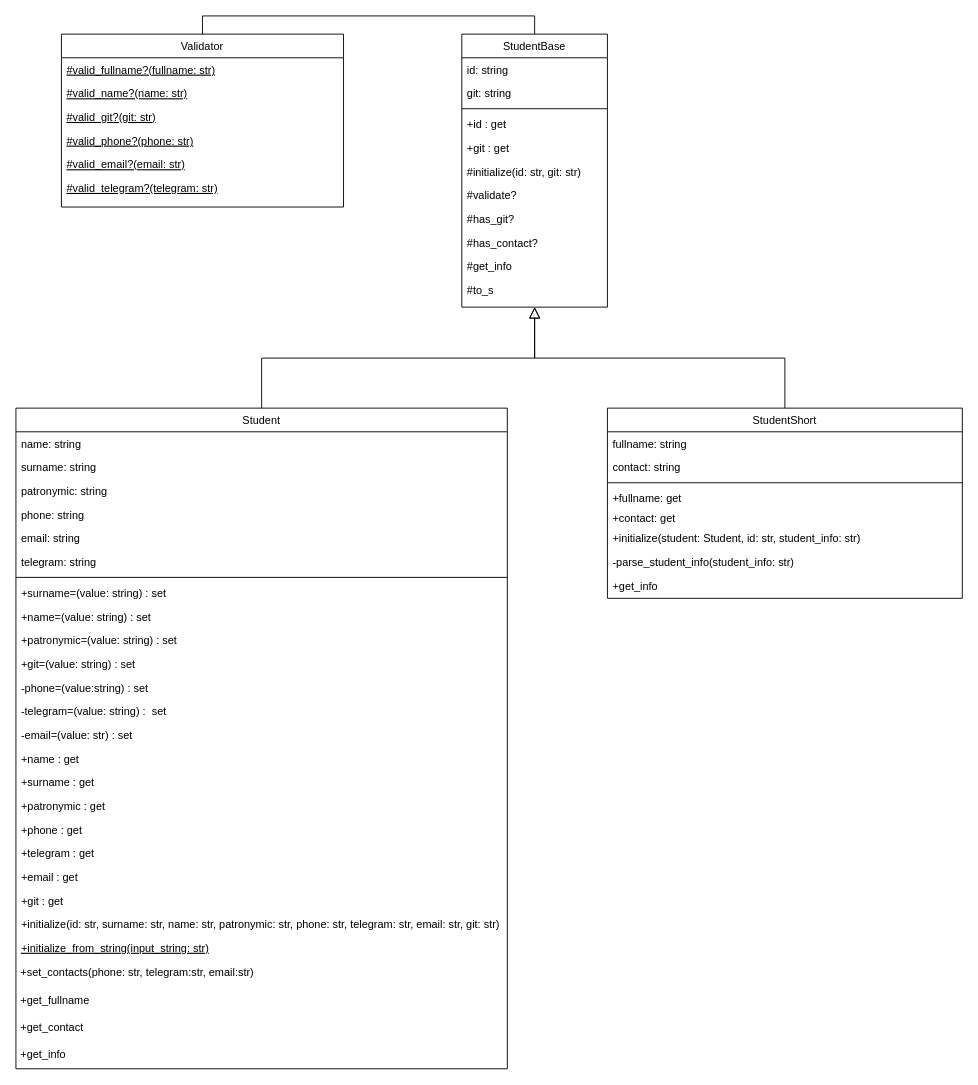
Before: students/diagrams/students.drawio in NoidHuma/programming_patterns, a draw.io diagram. Source tidied: cells renumbered, new cells numbered last; positions are measured from the earlier drawing's top-left corner, leaving out a move shared by most shapes. Both pictures are drawn from the tidied source at 91%, with x=0, y=0 at pixel (15, 34).
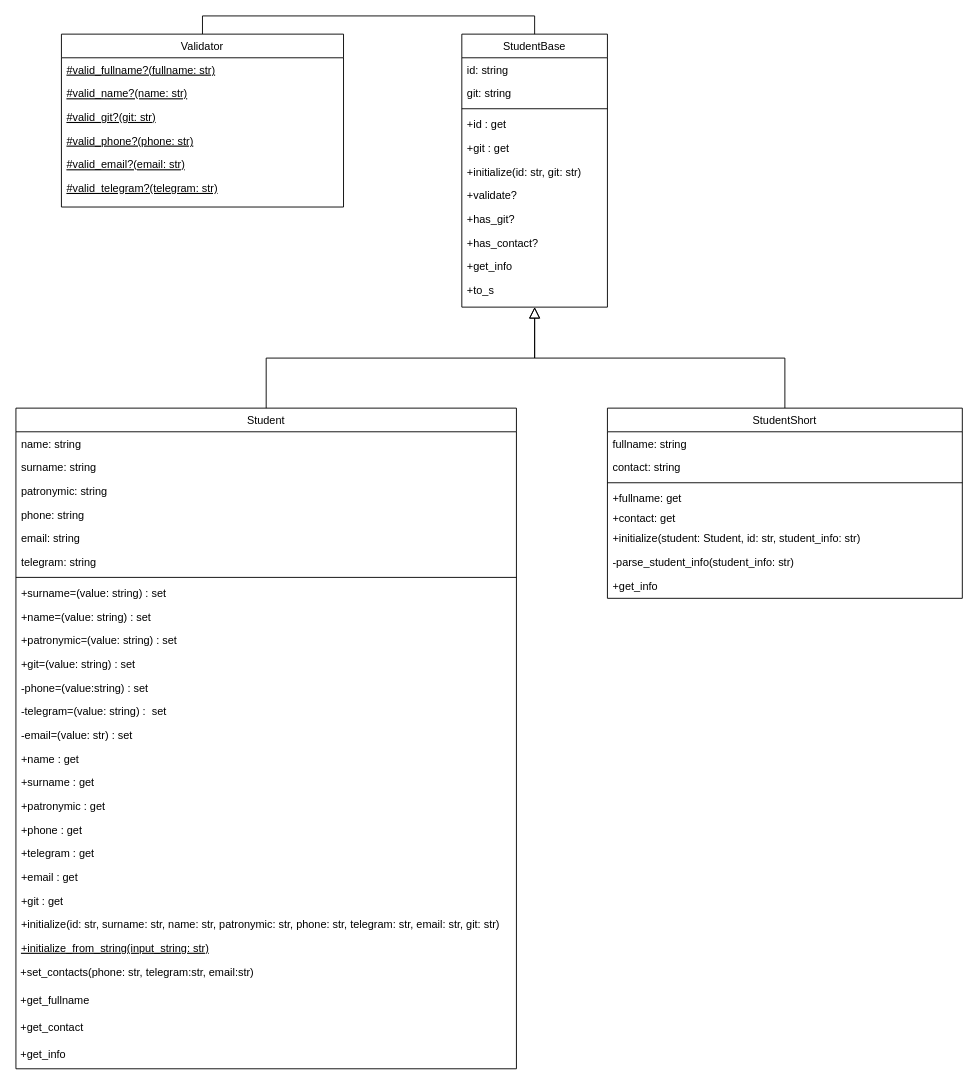
Above is the later version.

Commit message (it also covers changes not shown here):
edit diagramm replace grid with plus

Unchanged cells that the change refers to:
```xml
<mxCell id="2" value="StudentBase" style="swimlane;fontStyle=0;align=center;verticalAlign=top;horizontal=1;startSize=26;rounded=0;shadow=0;strokeWidth=1;" parent="1" vertex="1">
  <mxGeometry x="490" width="160" height="300" as="geometry" />
</mxCell>
```

The edit, as a diff of the source:
```diff
@@
-    <mxCell id="8" value="#initialize(id: str, git: str)" style="text;align=left;verticalAlign=top;spacingLeft=4;spacingRight=4;overflow=hidden;" parent="2" vertex="1">
+    <mxCell id="8" value="+initialize(id: str, git: str)" style="text;align=left;verticalAlign=top;spacingLeft=4;spacingRight=4;overflow=hidden;" parent="2" vertex="1">
       <mxGeometry y="138" width="160" height="26" as="geometry" />
     </mxCell>
-    <mxCell id="9" value="#validate?" style="text;align=left;verticalAlign=top;spacingLeft=4;spacingRight=4;overflow=hidden;" parent="2" vertex="1">
+    <mxCell id="9" value="+validate?" style="text;align=left;verticalAlign=top;spacingLeft=4;spacingRight=4;overflow=hidden;" parent="2" vertex="1">
       <mxGeometry y="164" width="160" height="26" as="geometry" />
     </mxCell>
-    <mxCell id="10" value="#has_git?" style="text;align=left;verticalAlign=top;spacingLeft=4;spacingRight=4;overflow=hidden;" parent="2" vertex="1">
+    <mxCell id="10" value="+has_git?" style="text;align=left;verticalAlign=top;spacingLeft=4;spacingRight=4;overflow=hidden;" parent="2" vertex="1">
       <mxGeometry y="190" width="160" height="26" as="geometry" />
     </mxCell>
-    <mxCell id="11" value="#has_contact?" style="text;align=left;verticalAlign=top;spacingLeft=4;spacingRight=4;overflow=hidden;" parent="2" vertex="1">
+    <mxCell id="11" value="+has_contact?" style="text;align=left;verticalAlign=top;spacingLeft=4;spacingRight=4;overflow=hidden;" parent="2" vertex="1">
       <mxGeometry y="216" width="160" height="26" as="geometry" />
     </mxCell>
-    <mxCell id="12" value="#get_info" style="text;align=left;verticalAlign=top;spacingLeft=4;spacingRight=4;overflow=hidden;" parent="2" vertex="1">
+    <mxCell id="12" value="+get_info" style="text;align=left;verticalAlign=top;spacingLeft=4;spacingRight=4;overflow=hidden;" parent="2" vertex="1">
       <mxGeometry y="242" width="160" height="26" as="geometry" />
     </mxCell>
-    <mxCell id="13" value="#to_s" style="text;align=left;verticalAlign=top;spacingLeft=4;spacingRight=4;overflow=hidden;" parent="2" vertex="1">
+    <mxCell id="13" value="+to_s" style="text;align=left;verticalAlign=top;spacingLeft=4;spacingRight=4;overflow=hidden;" parent="2" vertex="1">
       <mxGeometry y="268" width="160" height="26" as="geometry" />
     </mxCell>
     <mxCell id="14" value="Student" style="swimlane;fontStyle=0;align=center;verticalAlign=top;horizontal=1;startSize=26;rounded=0;shadow=0;strokeWidth=1;" parent="1" vertex="1">
-      <mxGeometry y="411" width="540" height="726" as="geometry" />
+      <mxGeometry y="411" width="550" height="726" as="geometry" />
     </mxCell>
     <mxCell id="15" value="name: string" style="text;align=left;verticalAlign=top;spacingLeft=4;spacingRight=4;overflow=hidden;" parent="14" vertex="1">
-      <mxGeometry y="26" width="540" height="26" as="geometry" />
+      <mxGeometry y="26" width="550" height="26" as="geometry" />
     </mxCell>
     <mxCell id="16" value="surname: string" style="text;align=left;verticalAlign=top;spacingLeft=4;spacingRight=4;overflow=hidden;rounded=0;shadow=0;html=0;" parent="14" vertex="1">
-      <mxGeometry y="52" width="540" height="26" as="geometry" />
+      <mxGeometry y="52" width="550" height="26" as="geometry" />
     </mxCell>
     <mxCell id="17" value="patronymic: string" style="text;align=left;verticalAlign=top;spacingLeft=4;spacingRight=4;overflow=hidden;rounded=0;shadow=0;html=0;" parent="14" vertex="1">
-      <mxGeometry y="78" width="540" height="26" as="geometry" />
+      <mxGeometry y="78" width="550" height="26" as="geometry" />
     </mxCell>
     <mxCell id="18" value="phone: string" style="text;align=left;verticalAlign=top;spacingLeft=4;spacingRight=4;overflow=hidden;rounded=0;shadow=0;html=0;" parent="14" vertex="1">
-      <mxGeometry y="104" width="540" height="26" as="geometry" />
+      <mxGeometry y="104" width="550" height="26" as="geometry" />
     </mxCell>
     <mxCell id="19" value="email: string" style="text;align=left;verticalAlign=top;spacingLeft=4;spacingRight=4;overflow=hidden;rounded=0;shadow=0;html=0;" parent="14" vertex="1">
-      <mxGeometry y="130" width="540" height="26" as="geometry" />
+      <mxGeometry y="130" width="550" height="26" as="geometry" />
     </mxCell>
     <mxCell id="20" value="telegram: string" style="text;align=left;verticalAlign=top;spacingLeft=4;spacingRight=4;overflow=hidden;rounded=0;shadow=0;html=0;" parent="14" vertex="1">
-      <mxGeometry y="156" width="540" height="26" as="geometry" />
+      <mxGeometry y="156" width="550" height="26" as="geometry" />
     </mxCell>
     <mxCell id="21" style="line;html=1;strokeWidth=1;align=left;verticalAlign=middle;spacingTop=-1;spacingLeft=3;spacingRight=3;labelPosition=right;" parent="14" vertex="1">
-      <mxGeometry y="182" width="540" height="8" as="geometry" />
+      <mxGeometry y="182" width="550" height="8" as="geometry" />
     </mxCell>
     <mxCell id="22" value="+surname=(value: string) : set" style="text;align=left;verticalAlign=top;spacingLeft=4;spacingRight=4;overflow=hidden;" parent="14" vertex="1">
-      <mxGeometry y="190" width="540" height="26" as="geometry" />
+      <mxGeometry y="190" width="550" height="26" as="geometry" />
     </mxCell>
     <mxCell id="23" value="+name=(value: string) : set" style="text;align=left;verticalAlign=top;spacingLeft=4;spacingRight=4;overflow=hidden;" parent="14" vertex="1">
-      <mxGeometry y="216" width="540" height="26" as="geometry" />
+      <mxGeometry y="216" width="550" height="26" as="geometry" />
     </mxCell>
     <mxCell id="24" value="+patronymic=(value: string) : set" style="text;align=left;verticalAlign=top;spacingLeft=4;spacingRight=4;overflow=hidden;" parent="14" vertex="1">
-      <mxGeometry y="242" width="540" height="26" as="geometry" />
+      <mxGeometry y="242" width="550" height="26" as="geometry" />
     </mxCell>
     <mxCell id="25" value="+git=(value: string) : set" style="text;align=left;verticalAlign=top;spacingLeft=4;spacingRight=4;overflow=hidden;" parent="14" vertex="1">
-      <mxGeometry y="268" width="540" height="26" as="geometry" />
+      <mxGeometry y="268" width="550" height="26" as="geometry" />
     </mxCell>
     <mxCell id="26" value="-phone=(value:string) : set" style="text;align=left;verticalAlign=top;spacingLeft=4;spacingRight=4;overflow=hidden;" parent="14" vertex="1">
-      <mxGeometry y="294" width="540" height="26" as="geometry" />
+      <mxGeometry y="294" width="550" height="26" as="geometry" />
     </mxCell>
     <mxCell id="27" value="-telegram=(value: string) :  set" style="text;align=left;verticalAlign=top;spacingLeft=4;spacingRight=4;overflow=hidden;" parent="14" vertex="1">
-      <mxGeometry y="320" width="540" height="26" as="geometry" />
+      <mxGeometry y="320" width="550" height="26" as="geometry" />
     </mxCell>
     <mxCell id="28" value="-email=(value: str) : set" style="text;align=left;verticalAlign=top;spacingLeft=4;spacingRight=4;overflow=hidden;" parent="14" vertex="1">
-      <mxGeometry y="346" width="540" height="26" as="geometry" />
+      <mxGeometry y="346" width="550" height="26" as="geometry" />
     </mxCell>
     <mxCell id="29" value="+name : get" style="text;align=left;verticalAlign=top;spacingLeft=4;spacingRight=4;overflow=hidden;" parent="14" vertex="1">
-      <mxGeometry y="372" width="540" height="26" as="geometry" />
+      <mxGeometry y="372" width="550" height="26" as="geometry" />
     </mxCell>
     <mxCell id="30" value="+surname : get" style="text;align=left;verticalAlign=top;spacingLeft=4;spacingRight=4;overflow=hidden;" parent="14" vertex="1">
-      <mxGeometry y="398" width="540" height="26" as="geometry" />
+      <mxGeometry y="398" width="550" height="26" as="geometry" />
     </mxCell>
     <mxCell id="31" value="+patronymic : get" style="text;align=left;verticalAlign=top;spacingLeft=4;spacingRight=4;overflow=hidden;" parent="14" vertex="1">
-      <mxGeometry y="424" width="540" height="26" as="geometry" />
+      <mxGeometry y="424" width="550" height="26" as="geometry" />
     </mxCell>
     <mxCell id="32" value="+phone : get" style="text;align=left;verticalAlign=top;spacingLeft=4;spacingRight=4;overflow=hidden;" parent="14" vertex="1">
-      <mxGeometry y="450" width="540" height="26" as="geometry" />
+      <mxGeometry y="450" width="550" height="26" as="geometry" />
     </mxCell>
     <mxCell id="33" value="+telegram : get" style="text;align=left;verticalAlign=top;spacingLeft=4;spacingRight=4;overflow=hidden;" parent="14" vertex="1">
-      <mxGeometry y="476" width="540" height="26" as="geometry" />
+      <mxGeometry y="476" width="550" height="26" as="geometry" />
     </mxCell>
     <mxCell id="34" value="+email : get" style="text;align=left;verticalAlign=top;spacingLeft=4;spacingRight=4;overflow=hidden;" parent="14" vertex="1">
-      <mxGeometry y="502" width="540" height="26" as="geometry" />
+      <mxGeometry y="502" width="550" height="26" as="geometry" />
     </mxCell>
     <mxCell id="35" value="+git : get" style="text;align=left;verticalAlign=top;spacingLeft=4;spacingRight=4;overflow=hidden;" parent="14" vertex="1">
-      <mxGeometry y="528" width="540" height="26" as="geometry" />
+      <mxGeometry y="528" width="550" height="26" as="geometry" />
     </mxCell>
     <mxCell id="36" value="+initialize(id: str, surname: str, name: str, patronymic: str, phone: str, telegram: str, email: str, git: str)" style="text;align=left;verticalAlign=top;spacingLeft=4;spacingRight=4;overflow=hidden;" parent="14" vertex="1">
-      <mxGeometry y="554" width="540" height="26" as="geometry" />
+      <mxGeometry y="554" width="550" height="26" as="geometry" />
     </mxCell>
     <mxCell id="37" value="+initialize_from_string(input_string: str)" style="text;align=left;verticalAlign=top;spacingLeft=4;spacingRight=4;overflow=hidden;fontStyle=4;" parent="14" vertex="1">
-      <mxGeometry y="580" width="540" height="26" as="geometry" />
+      <mxGeometry y="580" width="550" height="26" as="geometry" />
     </mxCell>
     <mxCell id="38" value="&amp;nbsp;+set_contacts(phone: str, telegram:str, email:str)" style="text;html=1;align=left;verticalAlign=middle;whiteSpace=wrap;rounded=0;" parent="14" vertex="1">
-      <mxGeometry y="606" width="540" height="30" as="geometry" />
+      <mxGeometry y="606" width="550" height="30" as="geometry" />
     </mxCell>
     <mxCell id="39" value="&amp;nbsp;+get_fullname" style="text;html=1;align=left;verticalAlign=middle;whiteSpace=wrap;rounded=0;" parent="14" vertex="1">
-      <mxGeometry y="636" width="540" height="30" as="geometry" />
+      <mxGeometry y="636" width="550" height="30" as="geometry" />
     </mxCell>
     <mxCell id="40" value="&amp;nbsp;+get_contact" style="text;html=1;align=left;verticalAlign=middle;whiteSpace=wrap;rounded=0;" parent="14" vertex="1">
-      <mxGeometry y="666" width="540" height="30" as="geometry" />
+      <mxGeometry y="666" width="550" height="30" as="geometry" />
     </mxCell>
     <mxCell id="41" value="&amp;nbsp;+get_info" style="text;html=1;align=left;verticalAlign=middle;whiteSpace=wrap;rounded=0;" parent="14" vertex="1">
-      <mxGeometry y="696" width="540" height="30" as="geometry" />
+      <mxGeometry y="696" width="550" height="30" as="geometry" />
     </mxCell>
```
